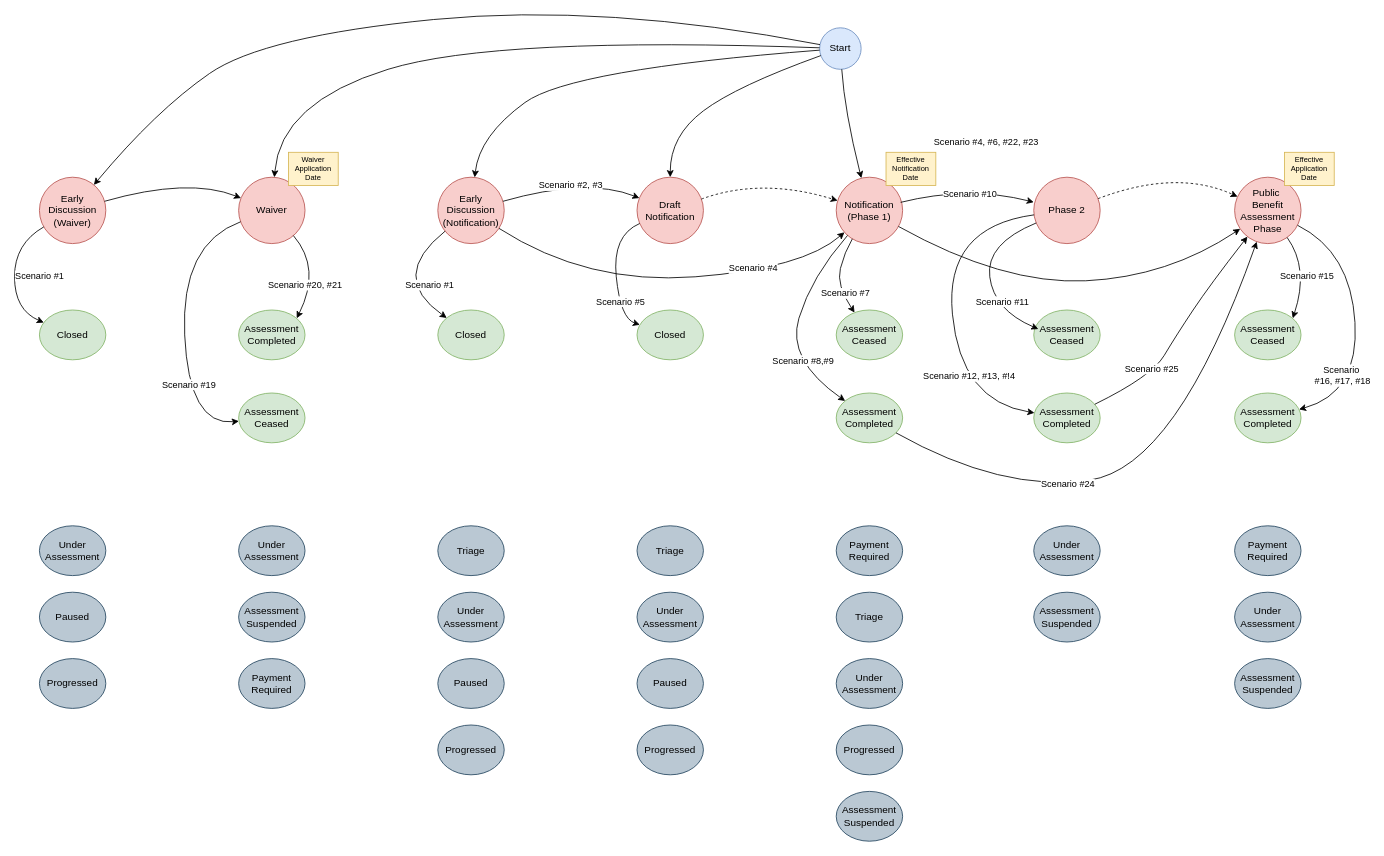
Before: page "Phase Change" (3 of 3) of logging/Merger Matter Phase and Status.drawio in danieldotskc/helloworld, a draw.io diagram. Source tidied: cells renumbered, new cells numbered last; positions are measured from the earlier drawing's top-left corner, leaving out a move shared by most shapes. Both pictures are drawn from the tidied source at 83%, with x=0, y=0 at pixel (14, 2).
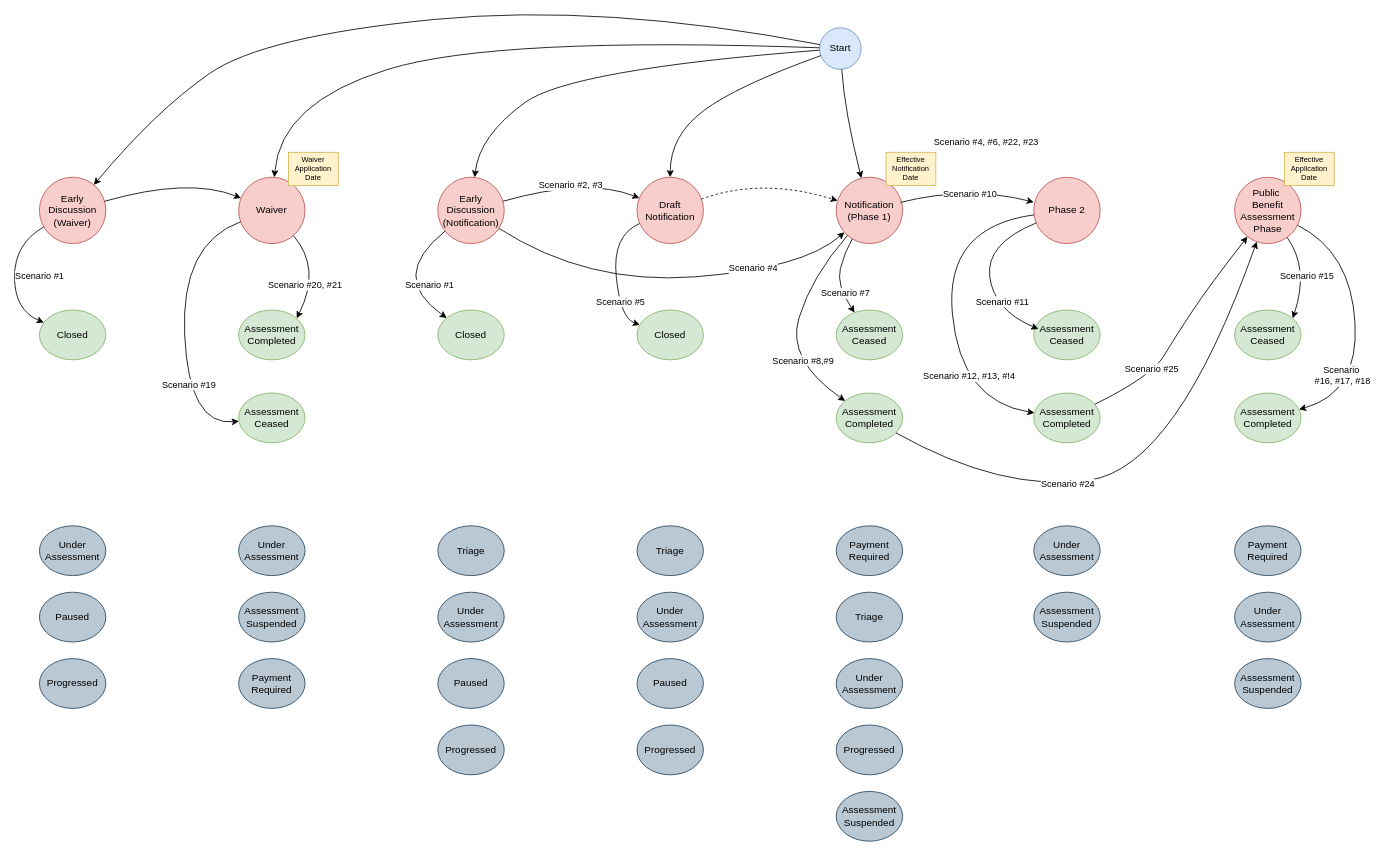
The same diagram, later.

The change refers to these unchanged cells:
```xml
<mxCell id="4" value="Notification (Phase 1)" style="ellipse;whiteSpace=wrap;html=1;fillColor=#f8cecc;strokeColor=#b85450;" parent="1" vertex="1">
  <mxGeometry x="990" y="210" width="80" height="80" as="geometry" />
</mxCell>
<mxCell id="5" value="Public&amp;nbsp;&lt;div&gt;Benefit Assessment Phase&lt;/div&gt;" style="ellipse;whiteSpace=wrap;html=1;fillColor=#f8cecc;strokeColor=#b85450;" parent="1" vertex="1">
  <mxGeometry x="1470" y="210" width="80" height="80" as="geometry" />
</mxCell>
<mxCell id="59" value="Phase 2" style="ellipse;whiteSpace=wrap;html=1;fillColor=#f8cecc;strokeColor=#b85450;" parent="1" vertex="1">
  <mxGeometry x="1228" y="210" width="80" height="80" as="geometry" />
</mxCell>
```

The edit, as a diff of the source:
```diff
@@
-    <mxCell id="13" style="curved=1;endArrow=classic;html=1;rounded=0;dashed=1;" parent="1" edge="1" source="59" target="5">
-      <mxGeometry relative="1" as="geometry">
-        <Array as="points">
-          <mxPoint x="1400" y="200" />
-        </Array>
-      </mxGeometry>
-    </mxCell>
-    <mxCell id="14" style="curved=1;endArrow=classic;html=1;rounded=0;" parent="1" edge="1" source="4" target="5">
-      <mxGeometry relative="1" as="geometry">
-        <Array as="points">
-          <mxPoint x="1191.2" y="339.6" />
-          <mxPoint x="1390" y="330" />
-        </Array>
-      </mxGeometry>
-    </mxCell>
```
